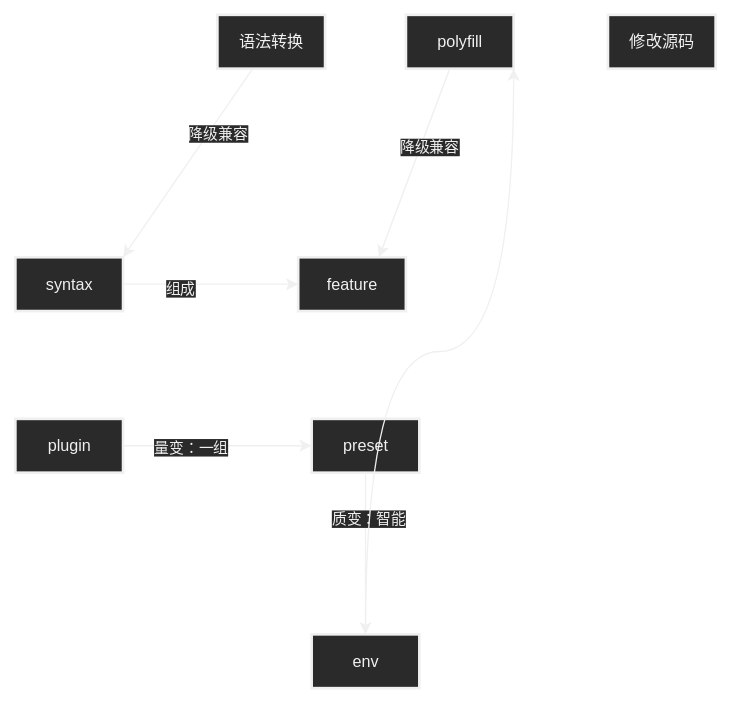
Echo-Yanglulu/obsidianPrivateNote keeps this draw.io diagram as 笔记/前端/工程化/assets/babel基本概念.svg. Above is the earlier version. Source tidied: cells renumbered, new cells last; positions are measured from the earlier drawing's top-left corner, leaving out a move shared by most shapes.
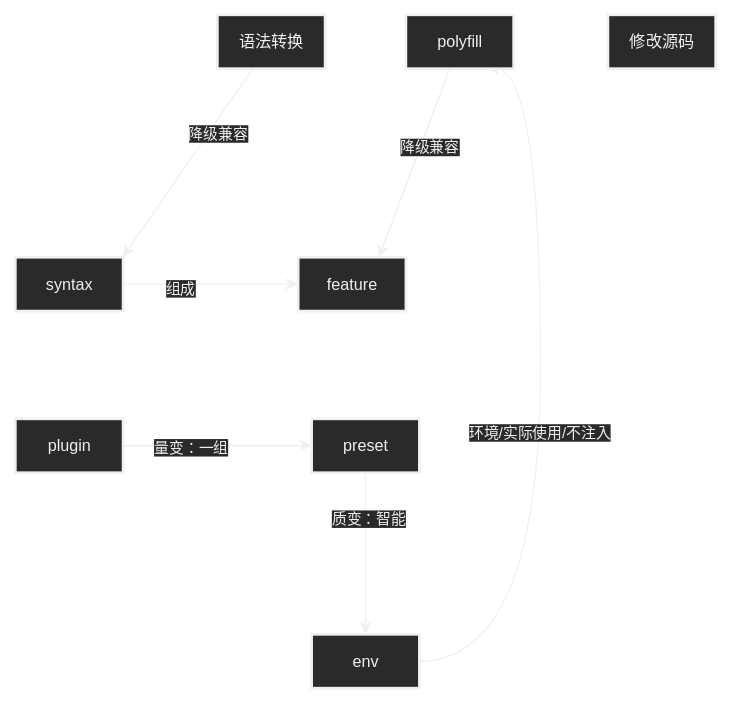
After the commit.

What changed in the source:
```diff
@@ -32,9 +32,17 @@
     <mxCell id="11" value="preset" style="strokeWidth=2;html=1;shape=mxgraph.flowchart.document2;whiteSpace=wrap;size=0.25;" parent="1" vertex="1">
       <mxGeometry x="220" y="300" width="80" height="40" as="geometry" />
     </mxCell>
-    <mxCell id="12" style="edgeStyle=orthogonalEdgeStyle;html=1;entryX=1;entryY=1;entryDx=0;entryDy=0;curved=1;" parent="1" edge="1" source="13" target="19">
-      <mxGeometry relative="1" as="geometry" />
+    <mxCell id="12" style="edgeStyle=orthogonalEdgeStyle;html=1;entryX=0.75;entryY=1;entryDx=0;entryDy=0;curved=1;" parent="1" edge="1" source="13" target="19">
+      <mxGeometry relative="1" as="geometry">
+        <Array as="points">
+          <mxPoint x="390" y="480" />
+          <mxPoint x="390" y="40" />
+        </Array>
+      </mxGeometry>
     </mxCell>
+    <mxCell id="21" value="环境/实际使用/不注入" style="edgeLabel;html=1;align=center;verticalAlign=middle;" parent="12" vertex="1">
+      <mxGeometry x="-0.08" y="2" relative="1" as="geometry" />
+    </mxCell>
     <mxCell id="13" value="env" style="strokeWidth=2;html=1;shape=mxgraph.flowchart.document2;whiteSpace=wrap;size=0.25;" parent="1" vertex="1">
       <mxGeometry x="220" y="460" width="80" height="40" as="geometry" />
     </mxCell>
```
